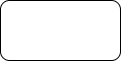
Above: HLD-drawings/swiggy.drawio.png in harirehm/draw.io (draw.io), before the change. Source tidied: cells renumbered, new cells last; positions are measured from the earlier drawing's top-left corner, leaving out a move shared by most shapes. Its diagram source:
```xml
<mxGraphModel>
  <root>
    <mxCell id="0" />
    <mxCell id="1" parent="0" />
    <mxCell id="2" style="rounded=1;whiteSpace=wrap;html=1;" parent="1" vertex="1">
      <mxGeometry width="120" height="60" as="geometry" />
    </mxCell>
  </root>
</mxGraphModel>
```
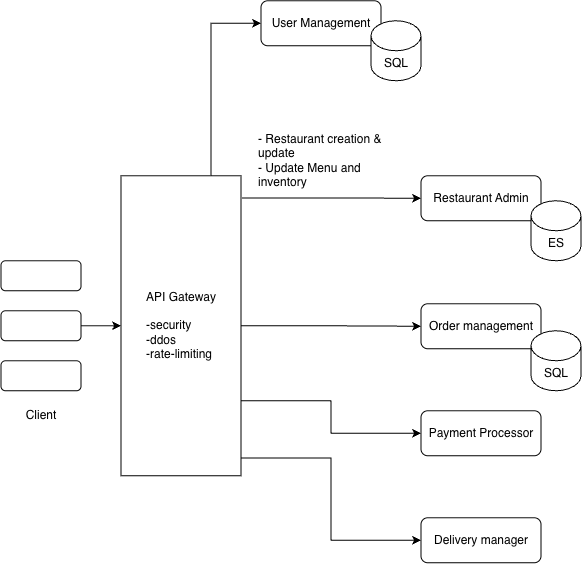
Later version of the same file.

Change to the diagram source:
```diff
@@ -3,7 +3,64 @@
     <mxCell id="0" />
     <mxCell id="1" parent="0" />
     <mxCell id="2" style="rounded=1;whiteSpace=wrap;html=1;" parent="1" vertex="1">
-      <mxGeometry width="120" height="60" as="geometry" />
+      <mxGeometry width="80" height="30" as="geometry" />
     </mxCell>
+    <mxCell id="3" style="rounded=1;whiteSpace=wrap;html=1;" parent="1" vertex="1">
+      <mxGeometry y="-100" width="80" height="30" as="geometry" />
+    </mxCell>
+    <mxCell id="4" style="edgeStyle=orthogonalEdgeStyle;rounded=0;jettySize=auto;html=1;" parent="1" edge="1" source="5" target="12">
+      <mxGeometry relative="1" as="geometry" />
+    </mxCell>
+    <mxCell id="5" style="rounded=1;whiteSpace=wrap;html=1;" parent="1" vertex="1">
+      <mxGeometry y="-50" width="80" height="30" as="geometry" />
+    </mxCell>
+    <mxCell id="6" value="Client" style="text;html=1;whiteSpace=wrap;strokeColor=none;fillColor=none;align=center;verticalAlign=middle;rounded=0;" parent="1" vertex="1">
+      <mxGeometry x="10" y="40" width="60" height="30" as="geometry" />
+    </mxCell>
+    <mxCell id="7" style="edgeStyle=orthogonalEdgeStyle;rounded=0;jettySize=auto;html=1;exitX=1.008;exitY=0.074;exitDx=0;exitDy=0;entryX=0;entryY=0.5;entryDx=0;entryDy=0;exitPerimeter=0;" parent="1" edge="1" source="12" target="13">
+      <mxGeometry relative="1" as="geometry" />
+    </mxCell>
+    <mxCell id="8" style="edgeStyle=orthogonalEdgeStyle;rounded=0;jettySize=auto;html=1;exitX=1;exitY=0.5;exitDx=0;exitDy=0;entryX=0;entryY=0.5;entryDx=0;entryDy=0;" parent="1" edge="1" source="12" target="16">
+      <mxGeometry relative="1" as="geometry" />
+    </mxCell>
+    <mxCell id="9" style="edgeStyle=orthogonalEdgeStyle;rounded=0;jettySize=auto;html=1;exitX=1;exitY=0.75;exitDx=0;exitDy=0;entryX=0;entryY=0.5;entryDx=0;entryDy=0;" parent="1" edge="1" source="12" target="17">
+      <mxGeometry relative="1" as="geometry" />
+    </mxCell>
+    <mxCell id="10" style="edgeStyle=orthogonalEdgeStyle;rounded=0;jettySize=auto;html=1;exitX=0.998;exitY=0.941;exitDx=0;exitDy=0;entryX=0;entryY=0.5;entryDx=0;entryDy=0;exitPerimeter=0;" parent="1" edge="1" source="12" target="18">
+      <mxGeometry relative="1" as="geometry" />
+    </mxCell>
+    <mxCell id="11" style="edgeStyle=orthogonalEdgeStyle;rounded=0;jettySize=auto;html=1;exitX=0.75;exitY=0;exitDx=0;exitDy=0;entryX=0;entryY=0.5;entryDx=0;entryDy=0;" parent="1" edge="1" source="12" target="20">
+      <mxGeometry relative="1" as="geometry" />
+    </mxCell>
+    <mxCell id="12" value="API Gateway&lt;div&gt;&lt;br&gt;&lt;/div&gt;&lt;div style=&quot;text-align: left;&quot;&gt;-security&lt;/div&gt;&lt;div style=&quot;text-align: left;&quot;&gt;-ddos&lt;/div&gt;&lt;div style=&quot;text-align: left;&quot;&gt;-rate-limiting&lt;/div&gt;" style="rounded=0;whiteSpace=wrap;html=1;" parent="1" vertex="1">
+      <mxGeometry x="120" y="-185" width="120" height="300" as="geometry" />
+    </mxCell>
+    <mxCell id="13" value="Restaurant Admin" style="rounded=1;whiteSpace=wrap;html=1;" parent="1" vertex="1">
+      <mxGeometry x="420" y="-185" width="120" height="45" as="geometry" />
+    </mxCell>
+    <mxCell id="14" value="ES" style="shape=cylinder3;whiteSpace=wrap;html=1;boundedLbl=1;backgroundOutline=1;size=15;" parent="1" vertex="1">
+      <mxGeometry x="530" y="-160" width="50" height="60" as="geometry" />
+    </mxCell>
+    <mxCell id="15" value="- Restaurant creation &amp;amp;&amp;nbsp;&lt;br&gt;update&lt;div&gt;- Update Menu and inventory&lt;/div&gt;" style="text;html=1;whiteSpace=wrap;strokeColor=none;fillColor=none;align=left;verticalAlign=top;rounded=0;" parent="1" vertex="1">
+      <mxGeometry x="255" y="-235" width="150" height="75" as="geometry" />
+    </mxCell>
+    <mxCell id="16" value="Order management" style="rounded=1;whiteSpace=wrap;html=1;" parent="1" vertex="1">
+      <mxGeometry x="420" y="-57" width="120" height="45" as="geometry" />
+    </mxCell>
+    <mxCell id="17" value="Payment Processor" style="rounded=1;whiteSpace=wrap;html=1;" parent="1" vertex="1">
+      <mxGeometry x="420" y="50" width="120" height="45" as="geometry" />
+    </mxCell>
+    <mxCell id="18" value="Delivery manager" style="rounded=1;whiteSpace=wrap;html=1;" parent="1" vertex="1">
+      <mxGeometry x="420" y="157" width="120" height="45" as="geometry" />
+    </mxCell>
+    <mxCell id="19" value="SQL" style="shape=cylinder3;whiteSpace=wrap;html=1;boundedLbl=1;backgroundOutline=1;size=15;" parent="1" vertex="1">
+      <mxGeometry x="530" y="-30" width="50" height="60" as="geometry" />
+    </mxCell>
+    <mxCell id="20" value="User Management" style="rounded=1;whiteSpace=wrap;html=1;" parent="1" vertex="1">
+      <mxGeometry x="260" y="-360" width="120" height="45" as="geometry" />
+    </mxCell>
+    <mxCell id="21" value="SQL" style="shape=cylinder3;whiteSpace=wrap;html=1;boundedLbl=1;backgroundOutline=1;size=15;" parent="1" vertex="1">
+      <mxGeometry x="370" y="-340" width="50" height="60" as="geometry" />
+    </mxCell>
   </root>
 </mxGraphModel>
```
